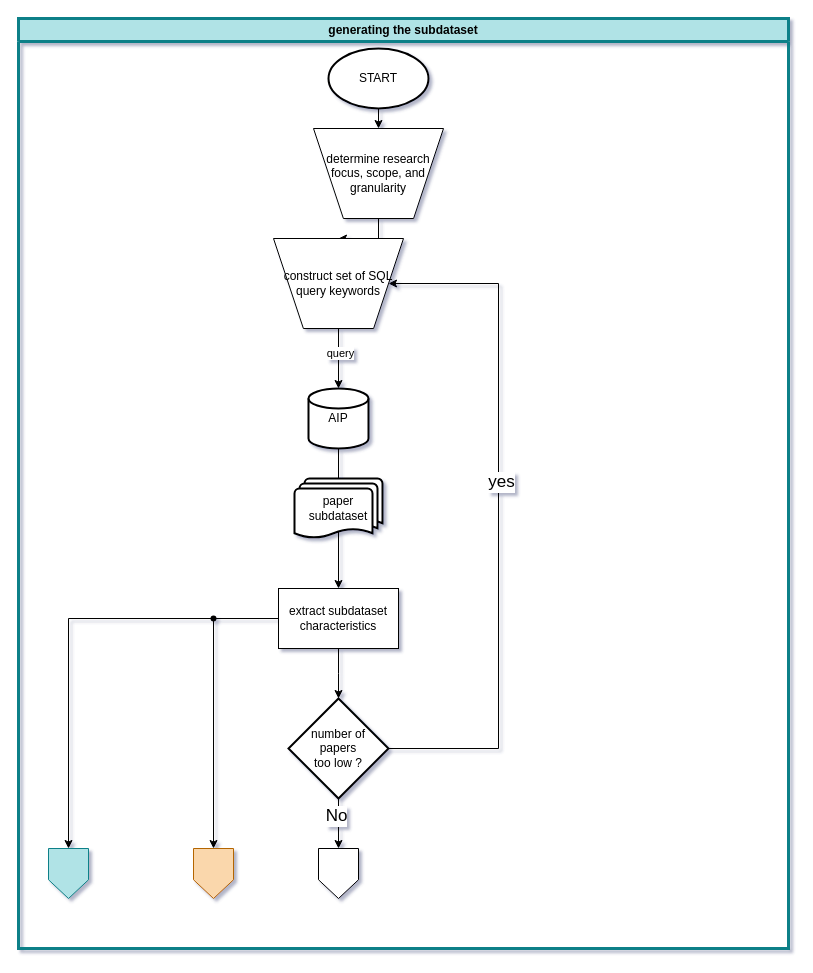
Earlier version of the draw.io diagram page "Seite-2" (2 of 7) of mainSrc/literaturesurveyflowchart.drawio (PaulPuettbach/literature_study). Source tidied: cells renumbered, new cells numbered last; positions are measured from the earlier drawing's top-left corner, leaving out a move shared by most shapes. Both pictures are drawn from the tidied source at 100%, with x=0, y=0 at pixel (18, 18).
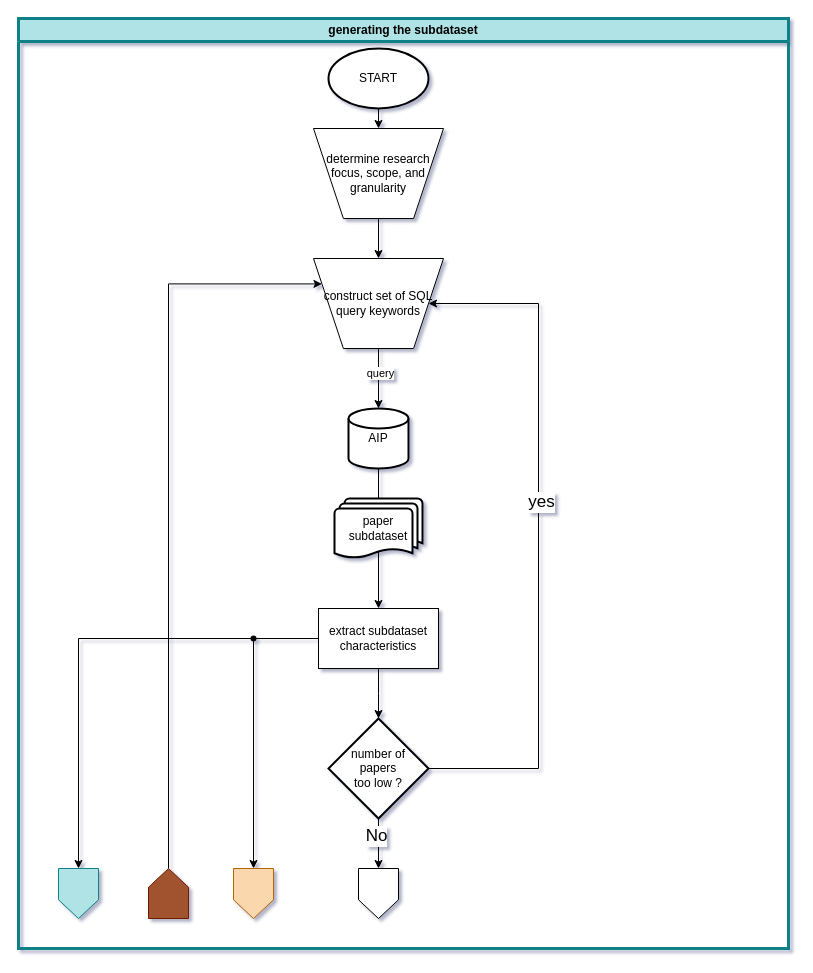
The same diagram, later.

Change to the diagram source:
```diff
@@
+    <mxCell id="22" value="generating the subdataset" style="swimlane;whiteSpace=wrap;html=1;fillColor=#b0e3e6;strokeColor=#0e8088;strokeWidth=3;" parent="1" vertex="1">
+      <mxGeometry width="770" height="930" as="geometry" />
+    </mxCell>
+    <mxCell id="23" value="START" style="strokeWidth=2;html=1;shape=mxgraph.flowchart.start_1;whiteSpace=wrap;" parent="22" vertex="1">
+      <mxGeometry x="310" y="30" width="100" height="60" as="geometry" />
+    </mxCell>
+    <mxCell id="24" value="determine research focus, scope, and&lt;br&gt;granularity" style="verticalLabelPosition=middle;verticalAlign=middle;html=1;shape=trapezoid;perimeter=trapezoidPerimeter;whiteSpace=wrap;size=0.23;arcSize=10;flipV=1;labelPosition=center;align=center;" parent="22" vertex="1">
+      <mxGeometry x="295" y="110" width="130" height="90" as="geometry" />
+    </mxCell>
+    <mxCell id="25" style="edgeStyle=orthogonalEdgeStyle;rounded=0;jettySize=auto;html=1;exitX=0.5;exitY=1;exitDx=0;exitDy=0;exitPerimeter=0;entryX=0.5;entryY=0;entryDx=0;entryDy=0;" parent="22" edge="1" source="23" target="24">
+      <mxGeometry relative="1" as="geometry" />
+    </mxCell>
-    <mxCell id="2" style="edgeStyle=orthogonalEdgeStyle;rounded=0;jettySize=auto;html=1;exitX=0.5;exitY=1;exitDx=0;exitDy=0;" parent="1" edge="1" source="3">
+    <mxCell id="2" style="edgeStyle=orthogonalEdgeStyle;rounded=0;jettySize=auto;html=1;exitX=0.5;exitY=1;exitDx=0;exitDy=0;" parent="22" edge="1" source="3">
       <mxGeometry relative="1" as="geometry">
-        <mxPoint x="320" y="680" as="targetPoint" />
+        <mxPoint x="360" y="700" as="targetPoint" />
       </mxGeometry>
     </mxCell>
-    <mxCell id="3" value="extract subdataset characteristics" style="rounded=0;whiteSpace=wrap;html=1;" parent="1" vertex="1">
-      <mxGeometry x="260" y="570" width="120" height="60" as="geometry" />
+    <mxCell id="3" value="extract subdataset characteristics" style="rounded=0;whiteSpace=wrap;html=1;" parent="22" vertex="1">
+      <mxGeometry x="300" y="590" width="120" height="60" as="geometry" />
     </mxCell>
-    <mxCell id="4" style="edgeStyle=orthogonalEdgeStyle;rounded=0;jettySize=auto;html=1;exitX=0.5;exitY=1;exitDx=0;exitDy=0;entryX=0.5;entryY=0;entryDx=0;entryDy=0;" parent="1" edge="1" source="24" target="7">
-      <mxGeometry relative="1" as="geometry" />
-    </mxCell>
-    <mxCell id="5" style="edgeStyle=orthogonalEdgeStyle;rounded=0;jettySize=auto;html=1;exitX=0.5;exitY=1;exitDx=0;exitDy=0;entryX=0.5;entryY=0;entryDx=0;entryDy=0;" parent="1" edge="1" source="7">
+    <mxCell id="5" style="edgeStyle=orthogonalEdgeStyle;rounded=0;jettySize=auto;html=1;exitX=0.5;exitY=1;exitDx=0;exitDy=0;entryX=0.5;entryY=0;entryDx=0;entryDy=0;" parent="22" edge="1" source="7">
       <mxGeometry relative="1" as="geometry">
-        <mxPoint x="320" y="370" as="targetPoint" />
+        <mxPoint x="360" y="390" as="targetPoint" />
       </mxGeometry>
     </mxCell>
@@
-    <mxCell id="7" value="construct set of SQL query keywords" style="verticalLabelPosition=middle;verticalAlign=middle;html=1;shape=trapezoid;perimeter=trapezoidPerimeter;whiteSpace=wrap;size=0.23;arcSize=10;flipV=1;labelPosition=center;align=center;" parent="1" vertex="1">
-      <mxGeometry x="255" y="220" width="130" height="90" as="geometry" />
+    <mxCell id="7" value="construct set of SQL query keywords" style="verticalLabelPosition=middle;verticalAlign=middle;html=1;shape=trapezoid;perimeter=trapezoidPerimeter;whiteSpace=wrap;size=0.23;arcSize=10;flipV=1;labelPosition=center;align=center;" parent="22" vertex="1">
+      <mxGeometry x="295" y="240" width="130" height="90" as="geometry" />
     </mxCell>
-    <mxCell id="8" style="edgeStyle=orthogonalEdgeStyle;rounded=0;jettySize=auto;html=1;exitX=0.5;exitY=1;exitDx=0;exitDy=0;exitPerimeter=0;entryX=0.5;entryY=0;entryDx=0;entryDy=0;" parent="1" edge="1" source="9" target="3">
+    <mxCell id="8" style="edgeStyle=orthogonalEdgeStyle;rounded=0;jettySize=auto;html=1;exitX=0.5;exitY=1;exitDx=0;exitDy=0;exitPerimeter=0;entryX=0.5;entryY=0;entryDx=0;entryDy=0;" parent="22" edge="1" source="9" target="3">
       <mxGeometry relative="1" as="geometry" />
     </mxCell>
-    <mxCell id="9" value="AIP" style="strokeWidth=2;html=1;shape=mxgraph.flowchart.database;whiteSpace=wrap;" parent="1" vertex="1">
-      <mxGeometry x="290" y="370" width="60" height="60" as="geometry" />
+    <mxCell id="9" value="AIP" style="strokeWidth=2;html=1;shape=mxgraph.flowchart.database;whiteSpace=wrap;" parent="22" vertex="1">
+      <mxGeometry x="330" y="390" width="60" height="60" as="geometry" />
     </mxCell>
-    <mxCell id="10" value="paper subdataset" style="strokeWidth=2;html=1;shape=mxgraph.flowchart.multi-document;whiteSpace=wrap;" parent="1" vertex="1">
-      <mxGeometry x="276" y="460" width="88" height="60" as="geometry" />
+    <mxCell id="10" value="paper subdataset" style="strokeWidth=2;html=1;shape=mxgraph.flowchart.multi-document;whiteSpace=wrap;" parent="22" vertex="1">
+      <mxGeometry x="316" y="480" width="88" height="60" as="geometry" />
     </mxCell>
-    <mxCell id="11" style="edgeStyle=orthogonalEdgeStyle;rounded=0;jettySize=auto;html=1;exitX=1;exitY=0.5;exitDx=0;exitDy=0;exitPerimeter=0;entryX=1;entryY=0.5;entryDx=0;entryDy=0;" parent="1" edge="1" source="16" target="7">
+    <mxCell id="11" style="edgeStyle=orthogonalEdgeStyle;rounded=0;jettySize=auto;html=1;exitX=1;exitY=0.5;exitDx=0;exitDy=0;exitPerimeter=0;entryX=1;entryY=0.5;entryDx=0;entryDy=0;" parent="22" edge="1" source="16" target="7">
       <mxGeometry relative="1" as="geometry">
         <Array as="points">
-          <mxPoint x="480" y="730" />
-          <mxPoint x="480" y="265" />
+          <mxPoint x="520" y="750" />
+          <mxPoint x="520" y="285" />
         </Array>
       </mxGeometry>
     </mxCell>
@@
-    <mxCell id="13" style="edgeStyle=orthogonalEdgeStyle;rounded=0;orthogonalLoop=1;jettySize=auto;html=1;exitDx=0;exitDy=0;exitPerimeter=0;" parent="1" edge="1">
+    <mxCell id="13" style="edgeStyle=orthogonalEdgeStyle;rounded=0;orthogonalLoop=1;jettySize=auto;html=1;exitDx=0;exitDy=0;exitPerimeter=0;" parent="22" edge="1">
       <mxGeometry relative="1" as="geometry">
-        <mxPoint x="320" y="840" as="sourcePoint" />
-        <mxPoint x="320" y="840" as="targetPoint" />
+        <mxPoint x="360" y="860" as="sourcePoint" />
+        <mxPoint x="360" y="860" as="targetPoint" />
       </mxGeometry>
     </mxCell>
-    <mxCell id="14" style="edgeStyle=orthogonalEdgeStyle;rounded=0;jettySize=auto;html=1;exitX=0.5;exitY=1;exitDx=0;exitDy=0;exitPerimeter=0;" parent="1" edge="1" source="16" target="26">
+    <mxCell id="14" style="edgeStyle=orthogonalEdgeStyle;rounded=0;jettySize=auto;html=1;exitX=0.5;exitY=1;exitDx=0;exitDy=0;exitPerimeter=0;" parent="22" edge="1" source="16" target="26">
       <mxGeometry relative="1" as="geometry" />
     </mxCell>
@@
-    <mxCell id="16" value="number of &lt;br&gt;papers &lt;br&gt;too low ?" style="strokeWidth=2;html=1;shape=mxgraph.flowchart.decision;whiteSpace=wrap;" parent="1" vertex="1">
-      <mxGeometry x="270" y="680" width="100" height="100" as="geometry" />
+    <mxCell id="16" value="number of &lt;br&gt;papers &lt;br&gt;too low ?" style="strokeWidth=2;html=1;shape=mxgraph.flowchart.decision;whiteSpace=wrap;" parent="22" vertex="1">
+      <mxGeometry x="310" y="700" width="100" height="100" as="geometry" />
     </mxCell>
-    <mxCell id="17" style="edgeStyle=orthogonalEdgeStyle;rounded=0;orthogonalLoop=1;jettySize=auto;html=1;entryDx=0;entryDy=0;" parent="1" edge="1">
+    <mxCell id="17" style="edgeStyle=orthogonalEdgeStyle;rounded=0;orthogonalLoop=1;jettySize=auto;html=1;entryDx=0;entryDy=0;" parent="22" edge="1">
       <mxGeometry relative="1" as="geometry">
-        <mxPoint x="195" y="850" as="sourcePoint" />
-        <mxPoint x="195" y="850" as="targetPoint" />
+        <mxPoint x="235" y="870" as="sourcePoint" />
+        <mxPoint x="235" y="870" as="targetPoint" />
       </mxGeometry>
     </mxCell>
-    <mxCell id="18" style="edgeStyle=orthogonalEdgeStyle;rounded=0;jettySize=auto;html=1;exitX=0;exitY=0.5;exitDx=0;exitDy=0;endArrow=none;endFill=0;" parent="1" edge="1" source="3" target="21">
+    <mxCell id="18" style="edgeStyle=orthogonalEdgeStyle;rounded=0;jettySize=auto;html=1;exitX=0;exitY=0.5;exitDx=0;exitDy=0;endArrow=none;endFill=0;" parent="22" edge="1" source="3" target="21">
       <mxGeometry relative="1" as="geometry" />
     </mxCell>
-    <mxCell id="19" style="edgeStyle=orthogonalEdgeStyle;rounded=0;jettySize=auto;html=1;entryX=0.5;entryY=0;entryDx=0;entryDy=0;" parent="1" edge="1" source="21" target="28">
+    <mxCell id="19" style="edgeStyle=orthogonalEdgeStyle;rounded=0;jettySize=auto;html=1;entryX=0.5;entryY=0;entryDx=0;entryDy=0;" parent="22" edge="1" source="21" target="28">
       <mxGeometry relative="1" as="geometry" />
     </mxCell>
-    <mxCell id="20" style="edgeStyle=orthogonalEdgeStyle;rounded=0;jettySize=auto;html=1;entryX=0.5;entryY=0;entryDx=0;entryDy=0;" parent="1" edge="1" source="21" target="27">
+    <mxCell id="20" style="edgeStyle=orthogonalEdgeStyle;rounded=0;jettySize=auto;html=1;entryX=0.5;entryY=0;entryDx=0;entryDy=0;" parent="22" edge="1" source="21" target="27">
       <mxGeometry relative="1" as="geometry" />
     </mxCell>
-    <mxCell id="21" style="shape=waypoint;sketch=0;fillStyle=solid;size=6;points=[];fillColor=none;perimeter=centerPerimeter;snapToPoint=1;" parent="1" vertex="1">
-      <mxGeometry x="185" y="590" width="20" height="20" as="geometry" />
+    <mxCell id="21" style="shape=waypoint;sketch=0;fillStyle=solid;size=6;points=[];fillColor=none;perimeter=centerPerimeter;snapToPoint=1;" parent="22" vertex="1">
+      <mxGeometry x="225" y="610" width="20" height="20" as="geometry" />
     </mxCell>
-    <mxCell id="22" value="generating the subdataset" style="swimlane;whiteSpace=wrap;html=1;fillColor=#b0e3e6;strokeColor=#0e8088;strokeWidth=3;" parent="1" vertex="1">
-      <mxGeometry width="770" height="930" as="geometry" />
-    </mxCell>
-    <mxCell id="23" value="START" style="strokeWidth=2;html=1;shape=mxgraph.flowchart.start_1;whiteSpace=wrap;" parent="22" vertex="1">
-      <mxGeometry x="310" y="30" width="100" height="60" as="geometry" />
-    </mxCell>
-    <mxCell id="24" value="determine research focus, scope, and&lt;br&gt;granularity" style="verticalLabelPosition=middle;verticalAlign=middle;html=1;shape=trapezoid;perimeter=trapezoidPerimeter;whiteSpace=wrap;size=0.23;arcSize=10;flipV=1;labelPosition=center;align=center;" parent="22" vertex="1">
-      <mxGeometry x="295" y="110" width="130" height="90" as="geometry" />
-    </mxCell>
-    <mxCell id="25" style="edgeStyle=orthogonalEdgeStyle;rounded=0;jettySize=auto;html=1;exitX=0.5;exitY=1;exitDx=0;exitDy=0;exitPerimeter=0;entryX=0.5;entryY=0;entryDx=0;entryDy=0;" parent="22" edge="1" source="23" target="24">
-      <mxGeometry relative="1" as="geometry" />
-    </mxCell>
+    <mxCell id="4" style="edgeStyle=orthogonalEdgeStyle;rounded=0;jettySize=auto;html=1;exitX=0.5;exitY=1;exitDx=0;exitDy=0;entryX=0.5;entryY=0;entryDx=0;entryDy=0;" parent="22" edge="1" source="24" target="7">
+      <mxGeometry relative="1" as="geometry" />
+    </mxCell>
     <mxCell id="26" style="shape=offPageConnector;whiteSpace=wrap;html=1;" parent="22" vertex="1">
-      <mxGeometry x="300" y="830" width="40" height="50" as="geometry" />
+      <mxGeometry x="340" y="850" width="40" height="50" as="geometry" />
     </mxCell>
     <mxCell id="27" style="shape=offPageConnector;whiteSpace=wrap;html=1;fillColor=#b0e3e6;strokeColor=#0e8088;" parent="22" vertex="1">
-      <mxGeometry x="30" y="830" width="40" height="50" as="geometry" />
+      <mxGeometry x="40" y="850" width="40" height="50" as="geometry" />
     </mxCell>
     <mxCell id="28" style="shape=offPageConnector;whiteSpace=wrap;html=1;fillColor=#fad7ac;strokeColor=#b46504;" parent="22" vertex="1">
-      <mxGeometry x="175" y="830" width="40" height="50" as="geometry" />
+      <mxGeometry x="215" y="850" width="40" height="50" as="geometry" />
     </mxCell>
+    <mxCell id="29" style="edgeStyle=orthogonalEdgeStyle;rounded=0;jettySize=auto;html=1;exitX=0.5;exitY=1;exitDx=0;exitDy=0;entryX=0;entryY=0.25;entryDx=0;entryDy=0;" parent="22" edge="1" source="30" target="7">
+      <mxGeometry relative="1" as="geometry">
+        <Array as="points">
+          <mxPoint x="150" y="265" />
+        </Array>
+      </mxGeometry>
+    </mxCell>
+    <mxCell id="30" style="shape=offPageConnector;whiteSpace=wrap;html=1;direction=west;fillColor=#a0522d;strokeColor=#6D1F00;fontColor=#ffffff;" parent="22" vertex="1">
+      <mxGeometry x="130" y="850" width="40" height="50" as="geometry" />
+    </mxCell>
```
